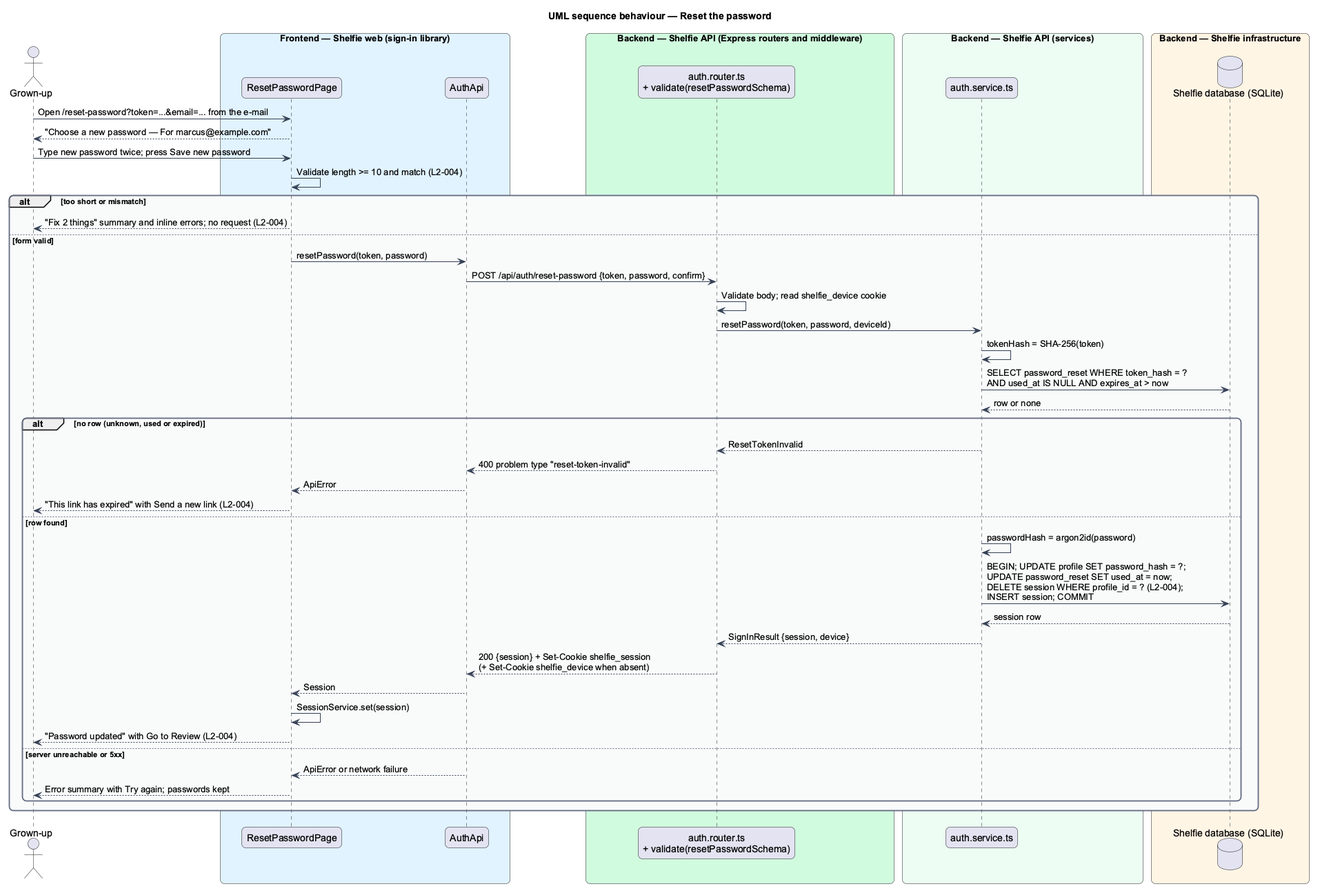
The PlantUML diagram docs/detailed-designs/sign-in/reset-password/diagrams/sequence-reset-password.png in QuinntyneBrown/shelfie, before a commit.
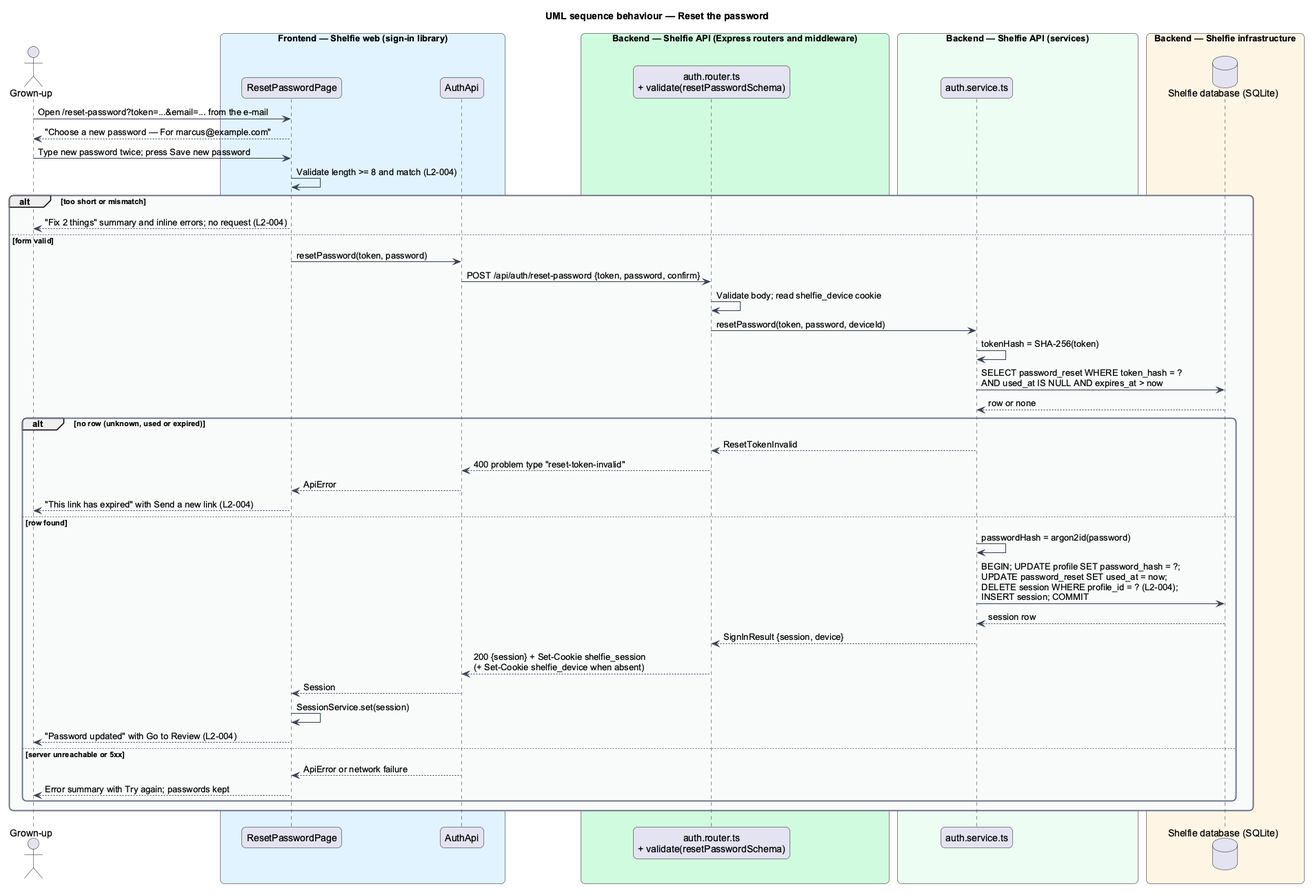
After the change.

The edit, as a diff of the source:
```diff
@@ -32,7 +32,7 @@
 grownUp -> page : Open /reset-password?token=...&email=... from the e-mail
 page --> grownUp : "Choose a new password — For marcus@example.com"
 grownUp -> page : Type new password twice; press Save new password
-page -> page : Validate length >= 10 and match (L2-004)
+page -> page : Validate length >= 8 and match (L2-004)
 alt too short or mismatch
   page --> grownUp : "Fix 2 things" summary and inline errors; no request (L2-004)
 else form valid
```
